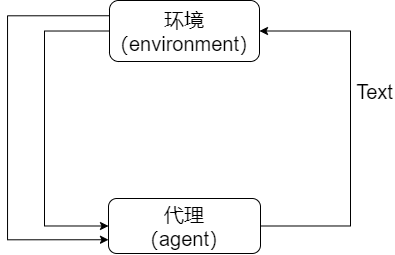
Before: rl.drawio.png, a diagram exported from draw.io (lakomi/pictures). Source tidied: cells renumbered, new cells last; positions are measured from the earlier drawing's top-left corner, leaving out a move shared by most shapes.
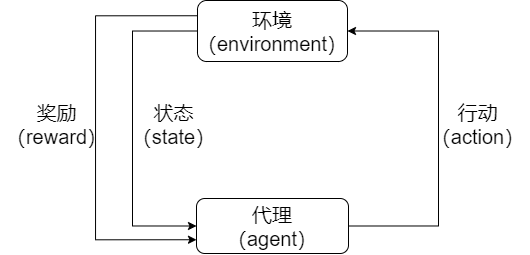
After the commit.

Diff of the diagram source:
```diff
@@ -32,8 +32,14 @@
     <mxCell id="6" value="代理&lt;br&gt;（agent）" style="rounded=1;whiteSpace=wrap;html=1;fontSize=20;" parent="1" vertex="1">
       <mxGeometry x="101" y="198" width="152" height="55" as="geometry" />
     </mxCell>
-    <mxCell id="7" value="Text" style="text;html=1;align=center;verticalAlign=middle;strokeColor=none;fillColor=none;fontSize=20;" parent="1" vertex="1">
-      <mxGeometry x="347" y="81" width="40" height="20" as="geometry" />
+    <mxCell id="7" value="行动&lt;br&gt;（action）" style="text;html=1;align=center;verticalAlign=middle;strokeColor=none;fillColor=none;fontSize=20;" parent="1" vertex="1">
+      <mxGeometry x="330" y="98" width="104" height="52" as="geometry" />
     </mxCell>
+    <mxCell id="8" value="状态&lt;br&gt;（state）" style="text;html=1;align=center;verticalAlign=middle;strokeColor=none;fillColor=none;fontSize=20;" parent="1" vertex="1">
+      <mxGeometry x="31" y="98" width="93" height="52" as="geometry" />
+    </mxCell>
+    <mxCell id="9" value="奖励&lt;br&gt;（reward）" style="text;html=1;align=center;verticalAlign=middle;strokeColor=none;fillColor=none;fontSize=20;" parent="1" vertex="1">
+      <mxGeometry x="-95" y="98" width="111" height="52" as="geometry" />
+    </mxCell>
   </root>
 </mxGraphModel>
```
